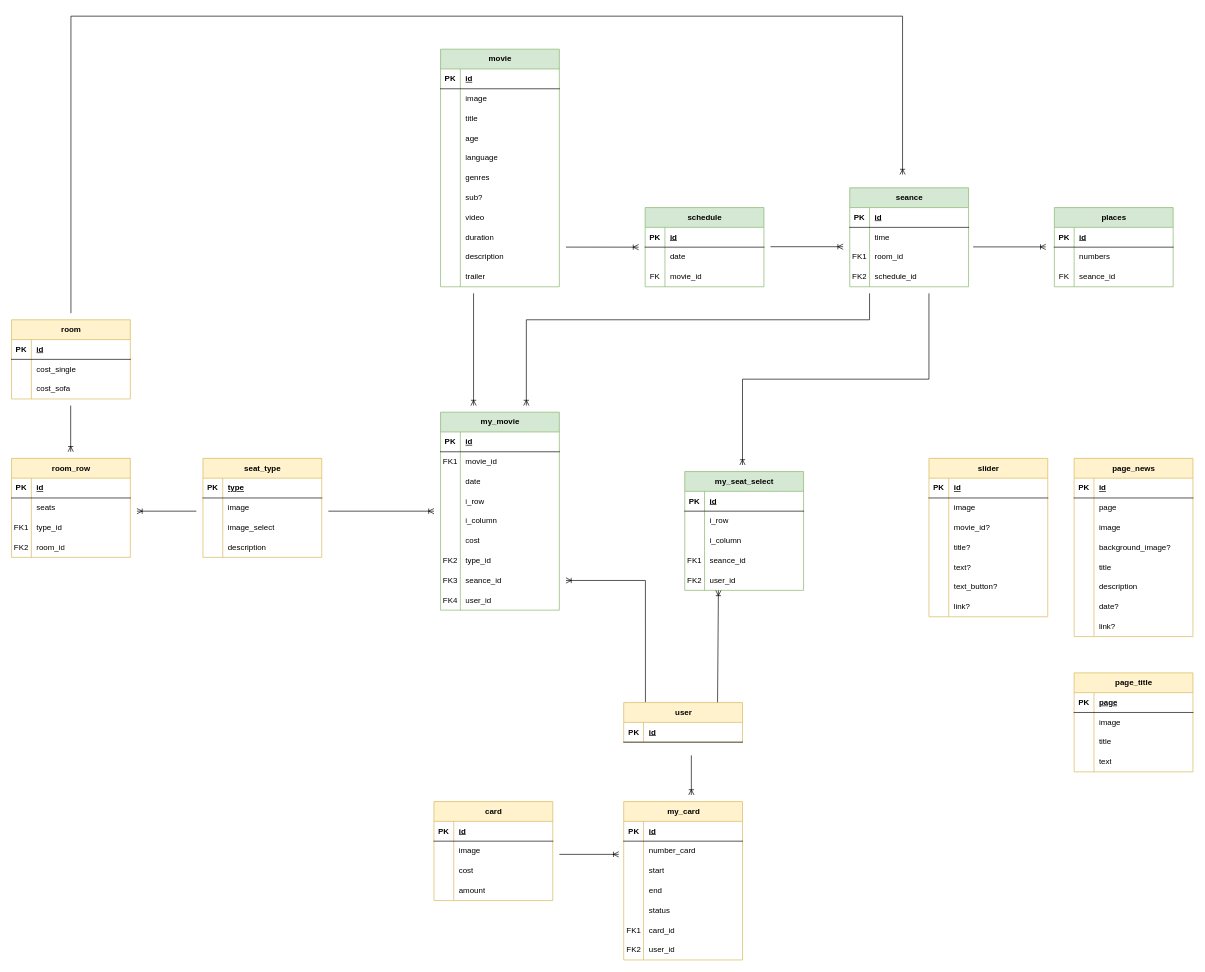
Above: backend/Диаграмма классов.drawio in DeeMooR/Silver-Screen (draw.io), before the change. Source tidied: cells renumbered, new cells numbered last; positions are measured from the earlier drawing's top-left corner, leaving out a move shared by most shapes. Both pictures are drawn from the tidied source at 66%, with x=0, y=0 at pixel (11, 16).
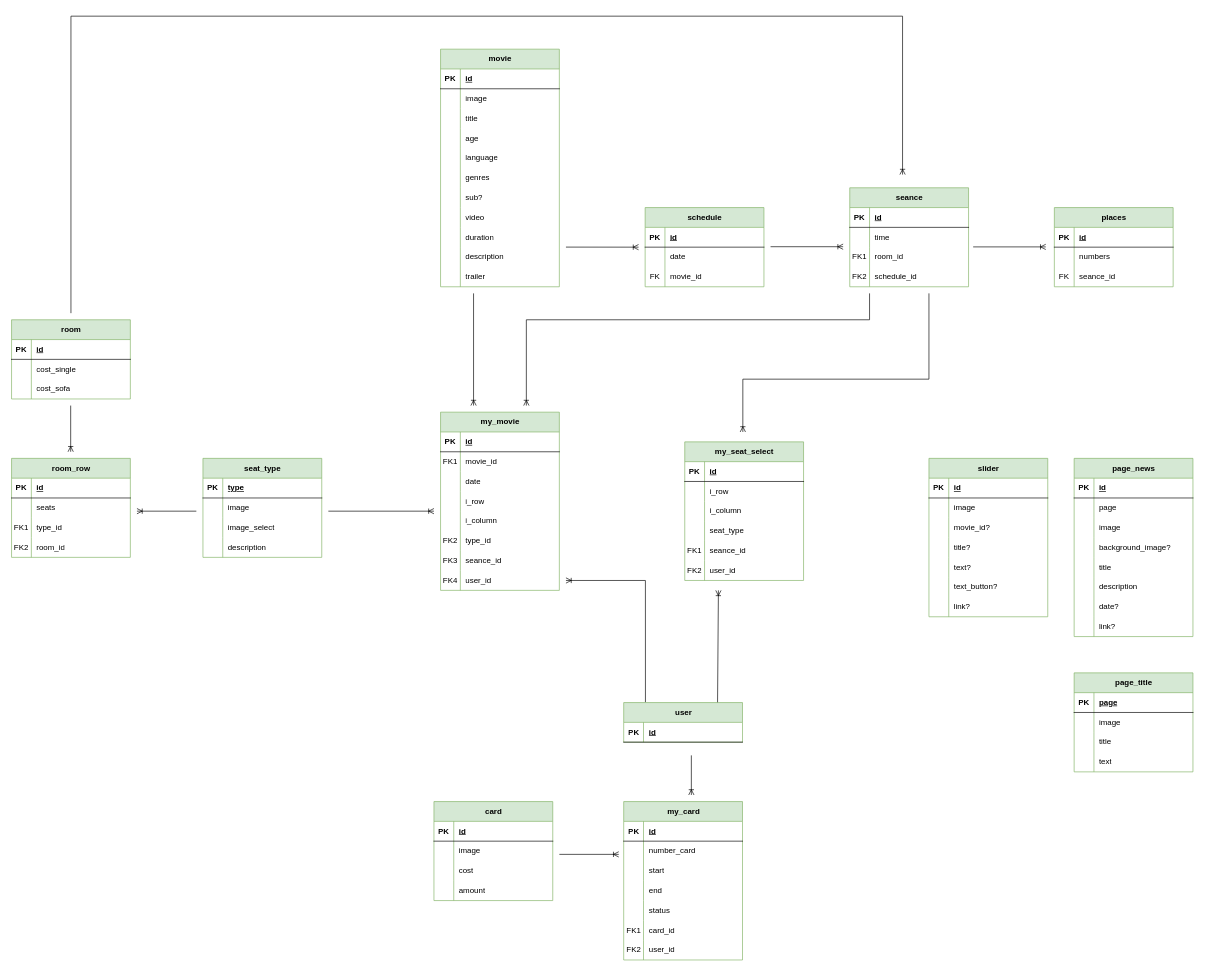
The same page after the edit.

Change to the diagram source:
```diff
@@
-    <mxCell id="2" value="user" style="shape=table;startSize=30;childLayout=tableLayout;rowLines=0;fontStyle=1;align=center;html=1;fillColor=#fff2cc;strokeColor=#d6b656;" parent="1" vertex="1">
+    <mxCell id="2" value="user" style="shape=table;startSize=30;childLayout=tableLayout;rowLines=0;fontStyle=1;align=center;html=1;fillColor=#d5e8d4;strokeColor=#82b366;" parent="1" vertex="1">
       <mxGeometry x="927.5" y="1040" width="180" height="60" as="geometry" />
     </mxCell>
@@
-    <mxCell id="6" value="my_card" style="shape=table;startSize=30;childLayout=tableLayout;rowLines=0;fontStyle=1;align=center;html=1;fillColor=#fff2cc;strokeColor=#d6b656;" parent="1" vertex="1">
+    <mxCell id="6" value="my_card" style="shape=table;startSize=30;childLayout=tableLayout;rowLines=0;fontStyle=1;align=center;html=1;fillColor=#d5e8d4;strokeColor=#82b366;" parent="1" vertex="1">
       <mxGeometry x="927.5" y="1190" width="180" height="240" as="geometry" />
     </mxCell>
@@
     <mxCell id="28" value="my_seat_select" style="shape=table;startSize=30;childLayout=tableLayout;rowLines=0;fontStyle=1;align=center;html=1;fillColor=#d5e8d4;strokeColor=#82b366;" parent="1" vertex="1">
-      <mxGeometry x="1020" y="690" width="180" height="180" as="geometry" />
+      <mxGeometry x="1020" y="645" width="180" height="210" as="geometry" />
     </mxCell>
@@
+    <mxCell id="262" style="shape=tableRow;horizontal=0;startSize=0;swimlaneHead=0;swimlaneBody=0;fillColor=none;top=0;left=0;right=0;bottom=0;" parent="28" vertex="1">
+      <mxGeometry y="120" width="180" height="30" as="geometry" />
+    </mxCell>
+    <mxCell id="61" style="shape=partialRectangle;fillColor=none;top=0;left=0;bottom=0;right=0;overflow=hidden;whiteSpace=wrap;html=1;" parent="262" vertex="1">
+      <mxGeometry width="30" height="30" as="geometry" />
+    </mxCell>
+    <mxCell id="263" value="seat_type" style="shape=partialRectangle;fillColor=none;top=0;left=0;bottom=0;right=0;align=left;spacingLeft=6;overflow=hidden;whiteSpace=wrap;html=1;" parent="262" vertex="1">
+      <mxGeometry x="30" width="150" height="30" as="geometry" />
+    </mxCell>
     <mxCell id="38" style="shape=tableRow;horizontal=0;startSize=0;swimlaneHead=0;swimlaneBody=0;fillColor=none;top=0;left=0;right=0;bottom=0;" parent="28" vertex="1">
-      <mxGeometry y="120" width="180" height="30" as="geometry" />
+      <mxGeometry y="150" width="180" height="30" as="geometry" />
     </mxCell>
@@
     <mxCell id="41" style="shape=tableRow;horizontal=0;startSize=0;swimlaneHead=0;swimlaneBody=0;fillColor=none;top=0;left=0;right=0;bottom=0;" parent="28" vertex="1">
-      <mxGeometry y="150" width="180" height="30" as="geometry" />
+      <mxGeometry y="180" width="180" height="30" as="geometry" />
     </mxCell>
@@
     <mxCell id="44" value="my_movie" style="shape=table;startSize=30;childLayout=tableLayout;rowLines=0;fontStyle=1;align=center;html=1;fillColor=#d5e8d4;strokeColor=#82b366;" parent="1" vertex="1">
-      <mxGeometry x="650" y="600" width="180" height="300" as="geometry" />
+      <mxGeometry x="650" y="600" width="180" height="270" as="geometry" />
     </mxCell>
@@
-    <mxCell id="60" style="shape=tableRow;horizontal=0;startSize=0;swimlaneHead=0;swimlaneBody=0;fillColor=none;top=0;left=0;right=0;bottom=0;" parent="44" vertex="1">
-      <mxGeometry y="180" width="180" height="30" as="geometry" />
-    </mxCell>
-    <mxCell id="61" style="shape=partialRectangle;fillColor=none;top=0;left=0;bottom=0;right=0;overflow=hidden;whiteSpace=wrap;html=1;" parent="60" vertex="1">
-      <mxGeometry width="30" height="30" as="geometry" />
-    </mxCell>
-    <mxCell id="62" value="cost" style="shape=partialRectangle;fillColor=none;top=0;left=0;bottom=0;right=0;align=left;spacingLeft=6;overflow=hidden;whiteSpace=wrap;html=1;" parent="60" vertex="1">
-      <mxGeometry x="30" width="150" height="30" as="geometry" />
-    </mxCell>
     <mxCell id="63" style="shape=tableRow;horizontal=0;startSize=0;swimlaneHead=0;swimlaneBody=0;fillColor=none;top=0;left=0;right=0;bottom=0;" parent="44" vertex="1">
-      <mxGeometry y="210" width="180" height="30" as="geometry" />
+      <mxGeometry y="180" width="180" height="30" as="geometry" />
     </mxCell>
@@
     <mxCell id="66" style="shape=tableRow;horizontal=0;startSize=0;swimlaneHead=0;swimlaneBody=0;fillColor=none;top=0;left=0;right=0;bottom=0;" parent="44" vertex="1">
-      <mxGeometry y="240" width="180" height="30" as="geometry" />
+      <mxGeometry y="210" width="180" height="30" as="geometry" />
     </mxCell>
@@
     <mxCell id="69" style="shape=tableRow;horizontal=0;startSize=0;swimlaneHead=0;swimlaneBody=0;fillColor=none;top=0;left=0;right=0;bottom=0;" parent="44" vertex="1">
-      <mxGeometry y="270" width="180" height="30" as="geometry" />
+      <mxGeometry y="240" width="180" height="30" as="geometry" />
     </mxCell>
@@
-    <mxCell id="72" value="card" style="shape=table;startSize=30;childLayout=tableLayout;rowLines=0;fontStyle=1;align=center;html=1;fillColor=#fff2cc;strokeColor=#d6b656;" parent="1" vertex="1">
+    <mxCell id="72" value="card" style="shape=table;startSize=30;childLayout=tableLayout;rowLines=0;fontStyle=1;align=center;html=1;fillColor=#d5e8d4;strokeColor=#82b366;" parent="1" vertex="1">
       <mxGeometry x="640" y="1190" width="180" height="150" as="geometry" />
     </mxCell>
@@
-    <mxCell id="85" value="seat_type" style="shape=table;startSize=30;childLayout=tableLayout;rowLines=0;fontStyle=1;align=center;html=1;fillColor=#fff2cc;strokeColor=#d6b656;" parent="1" vertex="1">
+    <mxCell id="85" value="seat_type" style="shape=table;startSize=30;childLayout=tableLayout;rowLines=0;fontStyle=1;align=center;html=1;fillColor=#d5e8d4;strokeColor=#82b366;" parent="1" vertex="1">
       <mxGeometry x="290" y="670" width="180" height="150" as="geometry" />
     </mxCell>
@@
-    <mxCell id="98" value="page_news" style="shape=table;startSize=30;childLayout=tableLayout;rowLines=0;fontStyle=1;align=center;html=1;fillColor=#fff2cc;strokeColor=#d6b656;" parent="1" vertex="1">
+    <mxCell id="98" value="page_news" style="shape=table;startSize=30;childLayout=tableLayout;rowLines=0;fontStyle=1;align=center;html=1;fillColor=#d5e8d4;strokeColor=#82b366;" parent="1" vertex="1">
       <mxGeometry x="1610" y="670" width="180" height="270" as="geometry" />
     </mxCell>
@@
-    <mxCell id="123" value="page_title" style="shape=table;startSize=30;childLayout=tableLayout;rowLines=0;fontStyle=1;align=center;html=1;fillColor=#fff2cc;strokeColor=#d6b656;" parent="1" vertex="1">
+    <mxCell id="123" value="page_title" style="shape=table;startSize=30;childLayout=tableLayout;rowLines=0;fontStyle=1;align=center;html=1;fillColor=#d5e8d4;strokeColor=#82b366;" parent="1" vertex="1">
       <mxGeometry x="1610" y="995" width="180" height="150" as="geometry" />
     </mxCell>
@@
-    <mxCell id="136" value="slider" style="shape=table;startSize=30;childLayout=tableLayout;rowLines=0;fontStyle=1;align=center;html=1;fillColor=#fff2cc;strokeColor=#d6b656;" parent="1" vertex="1">
+    <mxCell id="136" value="slider" style="shape=table;startSize=30;childLayout=tableLayout;rowLines=0;fontStyle=1;align=center;html=1;fillColor=#d5e8d4;strokeColor=#82b366;" parent="1" vertex="1">
       <mxGeometry x="1390" y="670" width="180" height="240" as="geometry" />
     </mxCell>
@@
-    <mxCell id="158" value="room" style="shape=table;startSize=30;childLayout=tableLayout;rowLines=0;fontStyle=1;align=center;html=1;fillColor=#fff2cc;strokeColor=#d6b656;" parent="1" vertex="1">
+    <mxCell id="158" value="room" style="shape=table;startSize=30;childLayout=tableLayout;rowLines=0;fontStyle=1;align=center;html=1;fillColor=#d5e8d4;strokeColor=#82b366;" parent="1" vertex="1">
       <mxGeometry y="460" width="180" height="120" as="geometry" />
     </mxCell>
@@
-    <mxCell id="168" value="room_row" style="shape=table;startSize=30;childLayout=tableLayout;rowLines=0;fontStyle=1;align=center;html=1;fillColor=#fff2cc;strokeColor=#d6b656;" parent="1" vertex="1">
+    <mxCell id="168" value="room_row" style="shape=table;startSize=30;childLayout=tableLayout;rowLines=0;fontStyle=1;align=center;html=1;fillColor=#d5e8d4;strokeColor=#82b366;" parent="1" vertex="1">
       <mxGeometry y="670" width="180" height="150" as="geometry" />
     </mxCell>
@@
     <mxCell id="257" style="fontSize=12;html=1;endArrow=ERoneToMany;rounded=0;edgeStyle=orthogonalEdgeStyle;" parent="1" edge="1">
       <mxGeometry relative="1" as="geometry">
         <mxPoint x="1390" y="420" as="sourcePoint" />
-        <mxPoint x="1107.5" y="680" as="targetPoint" />
+        <mxPoint x="1108" y="630" as="targetPoint" />
         <Array as="points">
           <mxPoint x="1390" y="550" />
-          <mxPoint x="1107" y="550" />
+          <mxPoint x="1108" y="550" />
         </Array>
       </mxGeometry>
     </mxCell>
```
